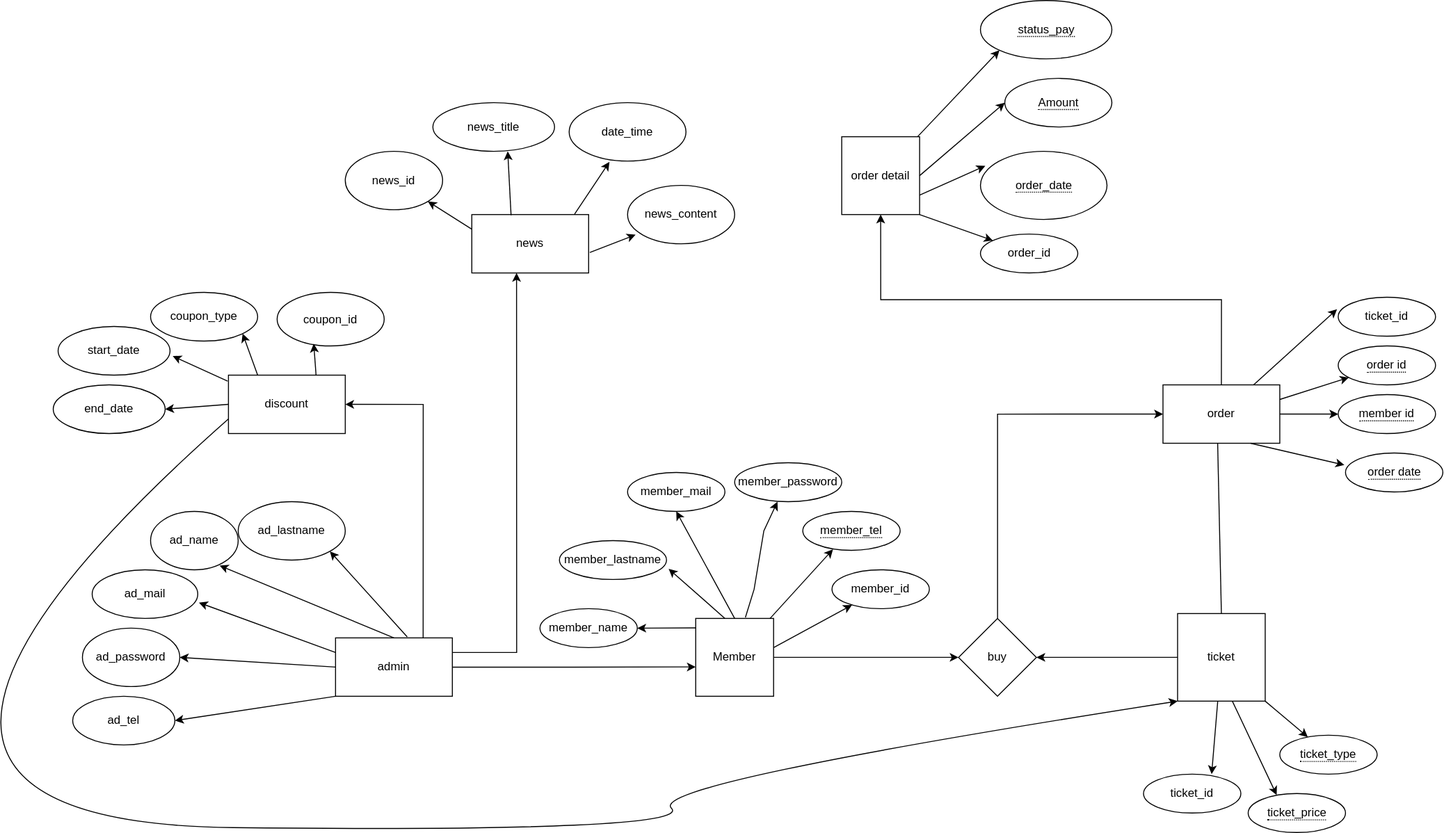
Above: ER.drawio.svg in Jhutatip/Project_kao (draw.io), before the change. Source tidied: cells renumbered, new cells last; positions are measured from the earlier drawing's top-left corner, leaving out a move shared by most shapes.
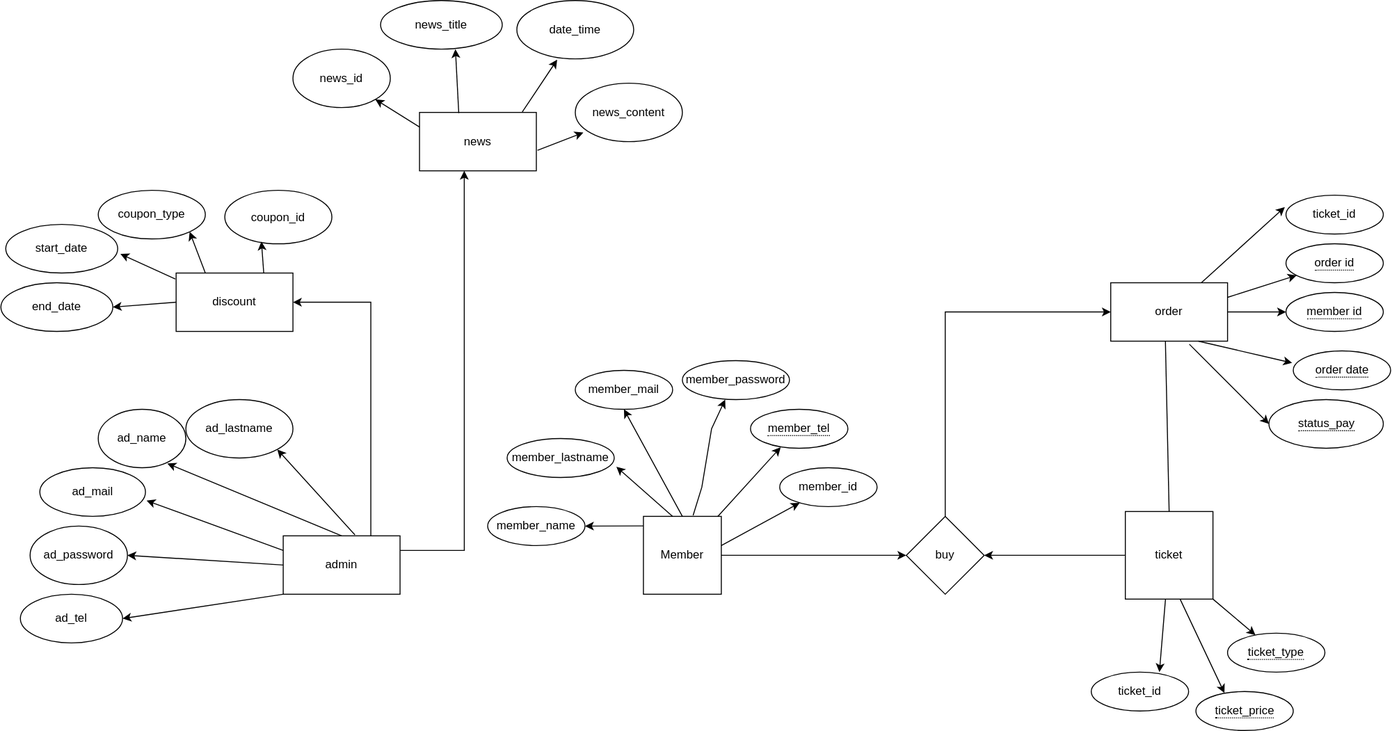
The same diagram one commit later.

The edit, as a diff of the source:
```diff
@@ -26,9 +26,6 @@
     <mxCell id="9" value="ticket" style="whiteSpace=wrap;html=1;" parent="1" vertex="1">
       <mxGeometry x="1445" y="630" width="90" height="90" as="geometry" />
     </mxCell>
-    <mxCell id="10" value="order detail" style="whiteSpace=wrap;html=1;" parent="1" vertex="1">
-      <mxGeometry x="1100" y="140" width="80" height="80" as="geometry" />
-    </mxCell>
     <mxCell id="11" value="ticket_id" style="ellipse;whiteSpace=wrap;html=1;align=center;" parent="1" vertex="1">
       <mxGeometry x="1410" y="795" width="100" height="40" as="geometry" />
     </mxCell>
@@ -39,14 +36,8 @@
       <mxGeometry x="1517.5" y="815" width="100" height="40" as="geometry" />
     </mxCell>
     <mxCell id="14" value="&lt;span style=&quot;border-bottom: 1px dotted&quot;&gt;status_pay&lt;/span&gt;" style="ellipse;whiteSpace=wrap;html=1;align=center;" parent="1" vertex="1">
-      <mxGeometry x="1242.5" width="135" height="60" as="geometry" />
+      <mxGeometry x="1592.5" y="515" width="117.5" height="50" as="geometry" />
     </mxCell>
-    <mxCell id="15" value="&lt;span style=&quot;border-bottom: 1px dotted&quot;&gt;order_date&lt;/span&gt;" style="ellipse;whiteSpace=wrap;html=1;align=center;" parent="1" vertex="1">
-      <mxGeometry x="1242.5" y="155" width="130" height="70" as="geometry" />
-    </mxCell>
-    <mxCell id="16" value="order_id" style="ellipse;whiteSpace=wrap;html=1;align=center;" parent="1" vertex="1">
-      <mxGeometry x="1242.5" y="240" width="100" height="40" as="geometry" />
-    </mxCell>
     <mxCell id="17" value="member_password" style="ellipse;whiteSpace=wrap;html=1;align=center;" parent="1" vertex="1">
       <mxGeometry x="990" y="475" width="110" height="40" as="geometry" />
     </mxCell>
@@ -82,15 +73,6 @@
     <mxCell id="25" style="endArrow=classic;html=1;rounded=0;entryX=0.293;entryY=0.037;entryDx=0;entryDy=0;entryPerimeter=0;exitX=0.625;exitY=1;exitDx=0;exitDy=0;exitPerimeter=0;" parent="1" edge="1" source="9" target="13">
       <mxGeometry relative="1" as="geometry" />
     </mxCell>
-    <mxCell id="26" style="endArrow=classic;html=1;rounded=0;exitX=1;exitY=1;exitDx=0;exitDy=0;" parent="1" edge="1" source="10" target="16">
-      <mxGeometry relative="1" as="geometry" />
-    </mxCell>
-    <mxCell id="27" style="endArrow=classic;html=1;rounded=0;entryX=0;entryY=1;entryDx=0;entryDy=0;" parent="1" edge="1" source="10" target="14">
-      <mxGeometry relative="1" as="geometry" />
-    </mxCell>
-    <mxCell id="28" style="endArrow=classic;html=1;rounded=0;exitX=1;exitY=0.75;exitDx=0;exitDy=0;entryX=0.038;entryY=0.214;entryDx=0;entryDy=0;entryPerimeter=0;" parent="1" edge="1" source="10" target="15">
-      <mxGeometry relative="1" as="geometry" />
-    </mxCell>
     <mxCell id="29" style="edgeStyle=orthogonalEdgeStyle;rounded=0;jettySize=auto;html=1;entryX=0;entryY=0.5;entryDx=0;entryDy=0;" parent="1" edge="1" source="30" target="32">
       <mxGeometry relative="1" as="geometry">
         <Array as="points">
@@ -101,9 +83,6 @@
     <mxCell id="30" value="buy" style="rhombus;whiteSpace=wrap;html=1;" parent="1" vertex="1">
       <mxGeometry x="1220" y="635" width="80" height="80" as="geometry" />
     </mxCell>
-    <mxCell id="31" style="edgeStyle=orthogonalEdgeStyle;rounded=0;jettySize=auto;html=1;exitX=0.5;exitY=0;exitDx=0;exitDy=0;entryX=0.5;entryY=1;entryDx=0;entryDy=0;" parent="1" edge="1" source="32" target="10">
-      <mxGeometry relative="1" as="geometry" />
-    </mxCell>
     <mxCell id="32" value="order" style="rounded=0;whiteSpace=wrap;html=1;" parent="1" vertex="1">
       <mxGeometry x="1430" y="395" width="120" height="60" as="geometry" />
     </mxCell>
@@ -137,15 +116,9 @@
     <mxCell id="42" style="endArrow=classic;html=1;rounded=0;entryX=-0.012;entryY=0.308;entryDx=0;entryDy=0;entryPerimeter=0;" parent="1" edge="1" source="32" target="41">
       <mxGeometry relative="1" as="geometry" />
     </mxCell>
-    <mxCell id="43" value="&lt;span style=&quot;border-bottom: 1px dotted&quot;&gt;Amount&lt;/span&gt;" style="ellipse;whiteSpace=wrap;html=1;align=center;" parent="1" vertex="1">
-      <mxGeometry x="1267.5" y="80" width="110" height="50" as="geometry" />
-    </mxCell>
     <mxCell id="44" value="discount" style="rounded=0;whiteSpace=wrap;html=1;" parent="1" vertex="1">
       <mxGeometry x="470" y="385" width="120" height="60" as="geometry" />
     </mxCell>
-    <mxCell id="45" style="edgeStyle=orthogonalEdgeStyle;rounded=0;jettySize=auto;html=1;entryX=0;entryY=0.623;entryDx=0;entryDy=0;entryPerimeter=0;" parent="1" edge="1" source="48" target="3">
-      <mxGeometry relative="1" as="geometry" />
-    </mxCell>
     <mxCell id="46" style="edgeStyle=orthogonalEdgeStyle;rounded=0;jettySize=auto;html=1;exitX=0.75;exitY=0;exitDx=0;exitDy=0;entryX=1;entryY=0.5;entryDx=0;entryDy=0;" parent="1" edge="1" source="48" target="44">
       <mxGeometry relative="1" as="geometry" />
     </mxCell>
@@ -164,9 +137,6 @@
     <mxCell id="51" value="ad_mail" style="ellipse;whiteSpace=wrap;html=1;" parent="1" vertex="1">
       <mxGeometry x="330" y="585" width="108.5" height="50" as="geometry" />
     </mxCell>
-    <mxCell id="52" style="endArrow=classic;html=1;rounded=0;entryX=0;entryY=0.5;entryDx=0;entryDy=0;exitX=1;exitY=0.5;exitDx=0;exitDy=0;" parent="1" edge="1" source="10" target="43">
-      <mxGeometry relative="1" as="geometry" />
-    </mxCell>
     <mxCell id="53" style="endArrow=classic;html=1;rounded=0;exitX=0.614;exitY=-0.016;exitDx=0;exitDy=0;exitPerimeter=0;entryX=1;entryY=1;entryDx=0;entryDy=0;" parent="1" edge="1" source="48" target="57">
       <mxGeometry relative="1" as="geometry" />
     </mxCell>
@@ -244,14 +214,8 @@
     <mxCell id="77" style="endArrow=classic;html=1;rounded=0;entryX=1;entryY=0.5;entryDx=0;entryDy=0;exitX=0;exitY=0.5;exitDx=0;exitDy=0;" parent="1" edge="1" source="44" target="75">
       <mxGeometry relative="1" as="geometry" />
     </mxCell>
-    <mxCell id="78" style="curved=1;endArrow=classic;html=1;rounded=0;entryX=0;entryY=1;entryDx=0;entryDy=0;exitX=0;exitY=0.75;exitDx=0;exitDy=0;" parent="1" edge="1" source="44" target="9">
-      <mxGeometry relative="1" as="geometry">
-        <Array as="points">
-          <mxPoint y="845" />
-          <mxPoint x="950" y="855" />
-          <mxPoint x="900" y="805" />
-        </Array>
-      </mxGeometry>
-    </mxCell>
+    <mxCell id="79" style="endArrow=classic;html=1;rounded=0;entryX=0;entryY=0.5;entryDx=0;entryDy=0;exitX=0.673;exitY=1.052;exitDx=0;exitDy=0;exitPerimeter=0;" parent="1" edge="1" source="32" target="14">
+      <mxGeometry relative="1" as="geometry" />
+    </mxCell>
   </root>
 </mxGraphModel>
```
